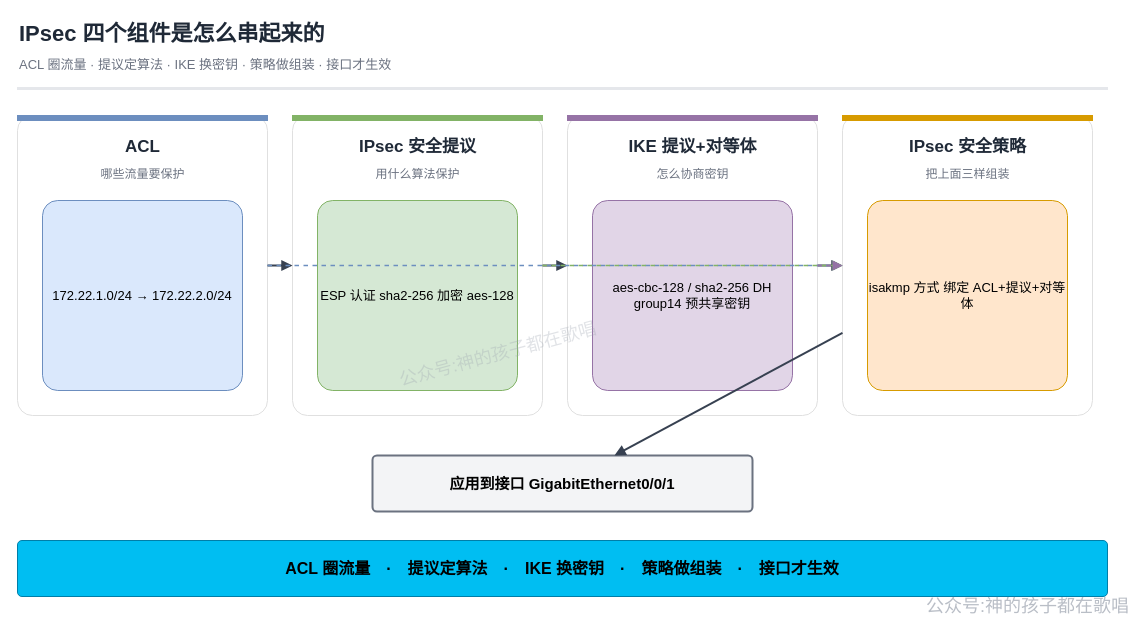
Above: page "配图1-四个组件关系" (1 of 3) of network/116-ipsec-vpn.drawio in Rodma1/draw (draw.io), before the change. Source tidied: cells renumbered, new cells numbered last; positions are measured from the earlier drawing's top-left corner, leaving out a move shared by most shapes. Both pictures are drawn from the tidied source at 100%, with x=0, y=0 at pixel (17, 17).
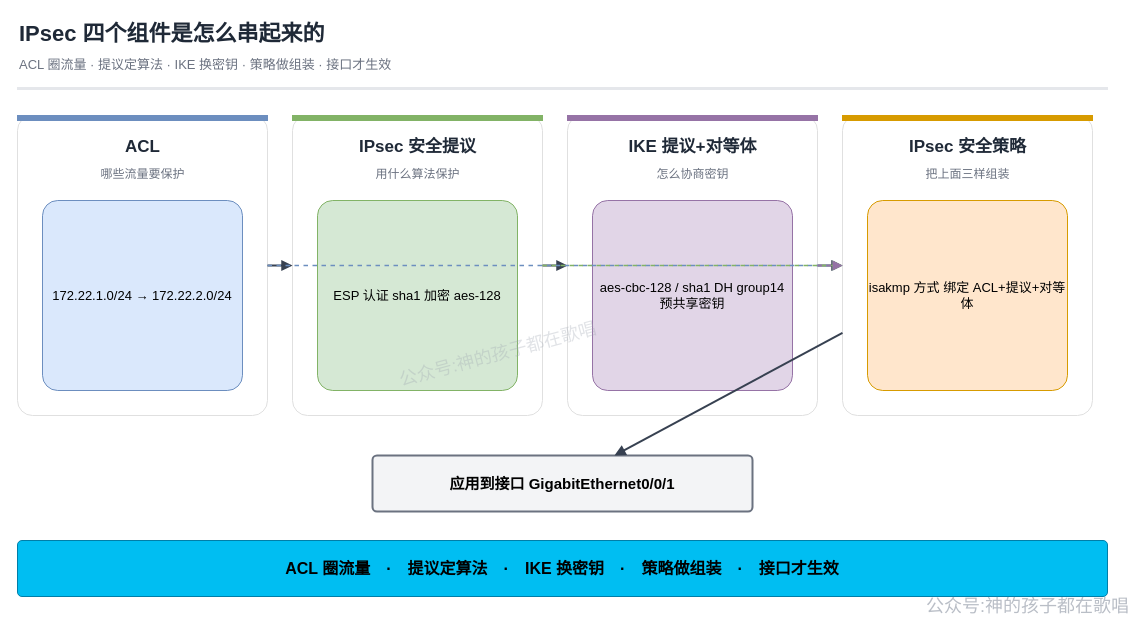
The same page after the edit.

The edit, as a diff of the source:
```diff
@@
-    <mxCell id="14" value="ESP 认证 sha2-256 加密 aes-128" style="rounded=1;arcSize=8;whiteSpace=wrap;html=1;fillColor=#d5e8d4;strokeColor=#82b366;fontSize=13;fontStyle=0;align=center;" parent="1" vertex="1">
+    <mxCell id="14" value="ESP 认证 sha1 加密 aes-128" style="rounded=1;arcSize=8;whiteSpace=wrap;html=1;fillColor=#d5e8d4;strokeColor=#82b366;fontSize=13;fontStyle=0;align=center;" parent="1" vertex="1">
       <mxGeometry x="300" y="183" width="200" height="190" as="geometry" />
     </mxCell>
@@
-    <mxCell id="19" value="aes-cbc-128 / sha2-256 DH group14 预共享密钥" style="rounded=1;arcSize=8;whiteSpace=wrap;html=1;fillColor=#e1d5e7;strokeColor=#9673a6;fontSize=13;fontStyle=0;align=center;" parent="1" vertex="1">
+    <mxCell id="19" value="aes-cbc-128 / sha1 DH group14 预共享密钥" style="rounded=1;arcSize=8;whiteSpace=wrap;html=1;fillColor=#e1d5e7;strokeColor=#9673a6;fontSize=13;fontStyle=0;align=center;" parent="1" vertex="1">
       <mxGeometry x="575" y="183" width="200" height="190" as="geometry" />
     </mxCell>
```
